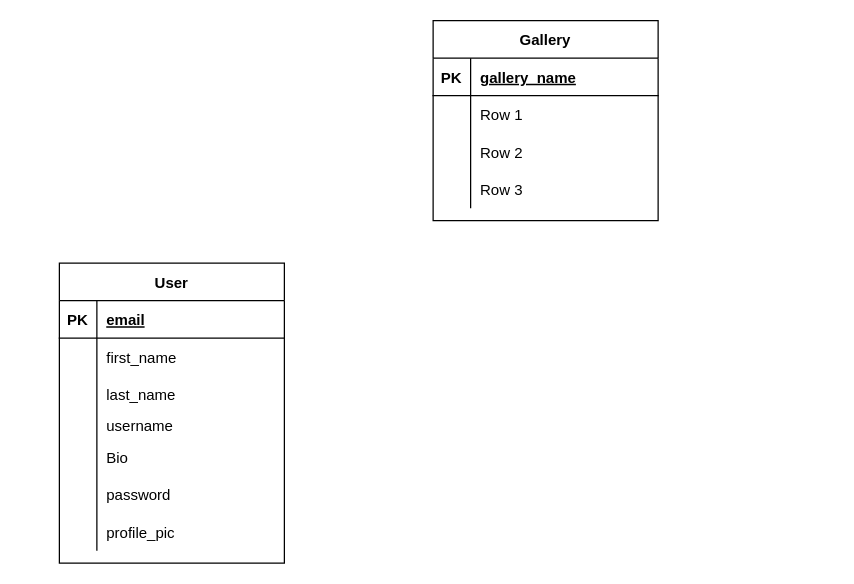
Earlier version of the draw.io diagram page "Page-2" (2 of 2) of Untitled Diagram.drawio (VinCoD/ERDs). Source tidied: cells renumbered, new cells numbered last; positions are measured from the earlier drawing's top-left corner, leaving out a move shared by most shapes. Both pictures are drawn from the tidied source at 125%, with x=0, y=0 at pixel (59, 20).
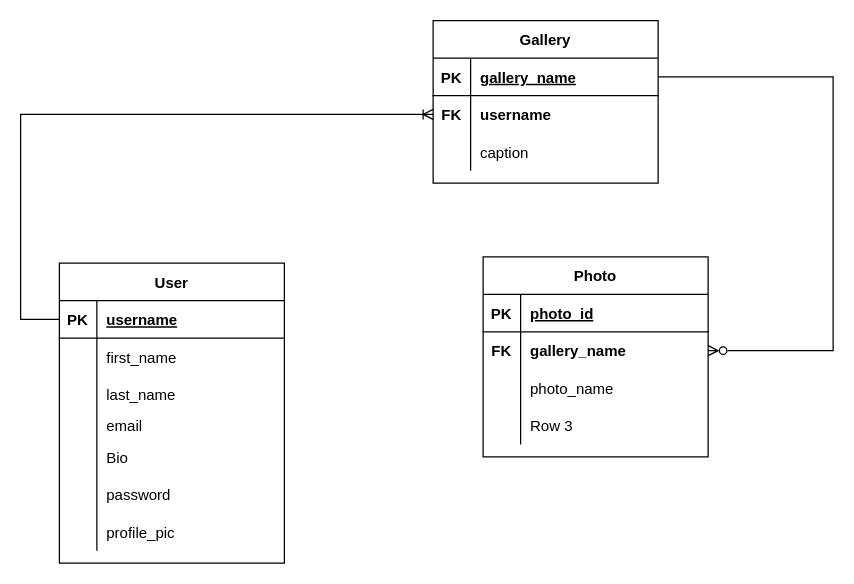
The same diagram, later.

Commit message:
Added a third table

Unchanged cells that the change refers to:
```xml
<mxCell id="3" style="shape=tableRow;horizontal=0;startSize=0;swimlaneHead=0;swimlaneBody=0;fillColor=none;points=[[0,0.5],[1,0.5]];portConstraint=eastwest;top=0;left=0;right=0;bottom=1;" parent="2" vertex="1">
  <mxGeometry y="30" width="180" height="30" as="geometry" />
</mxCell>
<mxCell id="6" style="shape=tableRow;horizontal=0;startSize=0;swimlaneHead=0;swimlaneBody=0;fillColor=none;points=[[0,0.5],[1,0.5]];portConstraint=eastwest;top=0;left=0;right=0;bottom=0;" parent="2" vertex="1">
  <mxGeometry y="60" width="180" height="30" as="geometry" />
</mxCell>
<mxCell id="16" style="shape=tableRow;horizontal=0;startSize=0;swimlaneHead=0;swimlaneBody=0;fillColor=none;points=[[0,0.5],[1,0.5]];portConstraint=eastwest;top=0;left=0;right=0;bottom=1;" parent="15" vertex="1">
  <mxGeometry y="30" width="180" height="30" as="geometry" />
</mxCell>
<mxCell id="25" style="shape=tableRow;horizontal=0;startSize=0;swimlaneHead=0;swimlaneBody=0;fillColor=none;top=0;left=0;right=0;bottom=0;" parent="15" vertex="1">
  <mxGeometry y="120" width="180" height="20" as="geometry" />
</mxCell>
```

What changed in the source:
```diff
@@
     <mxCell id="2" value="Gallery" style="shape=table;startSize=30;childLayout=tableLayout;rowLines=0;fontStyle=1;align=center;" parent="1" vertex="1">
-      <mxGeometry x="299" width="180" height="160" as="geometry" />
+      <mxGeometry x="299" width="180" height="130" as="geometry" />
     </mxCell>
@@
-    <mxCell id="7" style="shape=partialRectangle;fillColor=none;top=0;left=0;bottom=0;right=0;overflow=hidden;" parent="6" vertex="1">
+    <mxCell id="7" value="FK" style="shape=partialRectangle;fillColor=none;top=0;left=0;bottom=0;right=0;overflow=hidden;fontStyle=1;" parent="6" vertex="1">
       <mxGeometry width="30" height="30" as="geometry" />
     </mxCell>
-    <mxCell id="8" value="Row 1" style="shape=partialRectangle;fillColor=none;top=0;left=0;bottom=0;right=0;align=left;spacingLeft=6;overflow=hidden;" parent="6" vertex="1">
+    <mxCell id="8" value="username" style="shape=partialRectangle;fillColor=none;top=0;left=0;bottom=0;right=0;align=left;spacingLeft=6;overflow=hidden;fontStyle=1;" parent="6" vertex="1">
       <mxGeometry x="30" width="150" height="30" as="geometry" />
     </mxCell>
-    <mxCell id="9" style="shape=tableRow;horizontal=0;startSize=0;swimlaneHead=0;swimlaneBody=0;fillColor=none;top=0;left=0;right=0;bottom=0;" parent="2" vertex="1">
-      <mxGeometry y="90" width="180" height="30" as="geometry" />
-    </mxCell>
-    <mxCell id="10" style="shape=partialRectangle;fillColor=none;top=0;left=0;bottom=0;right=0;overflow=hidden;" parent="9" vertex="1">
-      <mxGeometry width="30" height="30" as="geometry" />
-    </mxCell>
-    <mxCell id="11" value="Row 2" style="shape=partialRectangle;fillColor=none;top=0;left=0;bottom=0;right=0;align=left;spacingLeft=6;overflow=hidden;" parent="9" vertex="1">
-      <mxGeometry x="30" width="150" height="30" as="geometry" />
-    </mxCell>
     <mxCell id="12" style="shape=tableRow;horizontal=0;startSize=0;swimlaneHead=0;swimlaneBody=0;fillColor=none;top=0;left=0;right=0;bottom=0;" parent="2" vertex="1">
-      <mxGeometry y="120" width="180" height="30" as="geometry" />
+      <mxGeometry y="90" width="180" height="30" as="geometry" />
     </mxCell>
@@
-    <mxCell id="14" value="Row 3" style="shape=partialRectangle;fillColor=none;top=0;left=0;bottom=0;right=0;align=left;spacingLeft=6;overflow=hidden;" parent="12" vertex="1">
+    <mxCell id="14" value="caption" style="shape=partialRectangle;fillColor=none;top=0;left=0;bottom=0;right=0;align=left;spacingLeft=6;overflow=hidden;" parent="12" vertex="1">
       <mxGeometry x="30" width="150" height="30" as="geometry" />
     </mxCell>
@@
-    <mxCell id="18" value="email" style="shape=partialRectangle;fillColor=none;top=0;left=0;bottom=0;right=0;align=left;spacingLeft=6;fontStyle=5;overflow=hidden;" parent="16" vertex="1">
+    <mxCell id="18" value="username" style="shape=partialRectangle;fillColor=none;top=0;left=0;bottom=0;right=0;align=left;spacingLeft=6;fontStyle=5;overflow=hidden;" parent="16" vertex="1">
       <mxGeometry x="30" width="150" height="30" as="geometry" />
     </mxCell>
@@
-    <mxCell id="27" value="username" style="shape=partialRectangle;fillColor=none;top=0;left=0;bottom=0;right=0;align=left;spacingLeft=6;overflow=hidden;" parent="25" vertex="1">
+    <mxCell id="27" value="email" style="shape=partialRectangle;fillColor=none;top=0;left=0;bottom=0;right=0;align=left;spacingLeft=6;overflow=hidden;" parent="25" vertex="1">
       <mxGeometry x="30" width="150" height="20" as="geometry" />
     </mxCell>
@@
+    <mxCell id="37" style="edgeStyle=elbowEdgeStyle;fontSize=12;html=1;endArrow=ERoneToMany;rounded=0;entryX=0;entryY=0.5;entryDx=0;entryDy=0;elbow=vertical;exitX=0;exitY=0.5;exitDx=0;exitDy=0;" parent="1" edge="1" source="16" target="6">
+      <mxGeometry relative="1" as="geometry">
+        <Array as="points">
+          <mxPoint x="-31" y="170" />
+          <mxPoint x="-41" y="160" />
+        </Array>
+      </mxGeometry>
+    </mxCell>
+    <mxCell id="38" value="Photo" style="shape=table;startSize=30;childLayout=tableLayout;rowLines=0;fontStyle=1;align=center;" parent="1" vertex="1">
+      <mxGeometry x="339" y="189" width="180" height="160" as="geometry" />
+    </mxCell>
+    <mxCell id="39" style="shape=tableRow;horizontal=0;startSize=0;swimlaneHead=0;swimlaneBody=0;fillColor=none;top=0;left=0;right=0;bottom=1;" parent="38" vertex="1">
+      <mxGeometry y="30" width="180" height="30" as="geometry" />
+    </mxCell>
+    <mxCell id="40" value="PK" style="shape=partialRectangle;fillColor=none;top=0;left=0;bottom=0;right=0;fontStyle=1;overflow=hidden;" parent="39" vertex="1">
+      <mxGeometry width="30" height="30" as="geometry" />
+    </mxCell>
+    <mxCell id="41" value="photo_id" style="shape=partialRectangle;fillColor=none;top=0;left=0;bottom=0;right=0;align=left;spacingLeft=6;fontStyle=5;overflow=hidden;" parent="39" vertex="1">
+      <mxGeometry x="30" width="150" height="30" as="geometry" />
+    </mxCell>
+    <mxCell id="42" style="shape=tableRow;horizontal=0;startSize=0;swimlaneHead=0;swimlaneBody=0;fillColor=none;points=[[0,0.5],[1,0.5]];portConstraint=eastwest;top=0;left=0;right=0;bottom=0;" parent="38" vertex="1">
+      <mxGeometry y="60" width="180" height="30" as="geometry" />
+    </mxCell>
+    <mxCell id="43" value="FK" style="shape=partialRectangle;fillColor=none;top=0;left=0;bottom=0;right=0;overflow=hidden;fontStyle=1;" parent="42" vertex="1">
+      <mxGeometry width="30" height="30" as="geometry" />
+    </mxCell>
+    <mxCell id="44" value="gallery_name" style="shape=partialRectangle;fillColor=none;top=0;left=0;bottom=0;right=0;align=left;spacingLeft=6;overflow=hidden;fontStyle=1;" parent="42" vertex="1">
+      <mxGeometry x="30" width="150" height="30" as="geometry" />
+    </mxCell>
+    <mxCell id="9" style="shape=tableRow;horizontal=0;startSize=0;swimlaneHead=0;swimlaneBody=0;fillColor=none;top=0;left=0;right=0;bottom=0;" parent="38" vertex="1">
+      <mxGeometry y="90" width="180" height="30" as="geometry" />
+    </mxCell>
+    <mxCell id="45" style="shape=partialRectangle;fillColor=none;top=0;left=0;bottom=0;right=0;overflow=hidden;" parent="9" vertex="1">
+      <mxGeometry width="30" height="30" as="geometry" />
+    </mxCell>
+    <mxCell id="46" value="photo_name" style="shape=partialRectangle;fillColor=none;top=0;left=0;bottom=0;right=0;align=left;spacingLeft=6;overflow=hidden;" parent="9" vertex="1">
+      <mxGeometry x="30" width="150" height="30" as="geometry" />
+    </mxCell>
+    <mxCell id="47" style="shape=tableRow;horizontal=0;startSize=0;swimlaneHead=0;swimlaneBody=0;fillColor=none;top=0;left=0;right=0;bottom=0;" parent="38" vertex="1">
+      <mxGeometry y="120" width="180" height="30" as="geometry" />
+    </mxCell>
+    <mxCell id="48" style="shape=partialRectangle;fillColor=none;top=0;left=0;bottom=0;right=0;overflow=hidden;" parent="47" vertex="1">
+      <mxGeometry width="30" height="30" as="geometry" />
+    </mxCell>
+    <mxCell id="49" value="Row 3" style="shape=partialRectangle;fillColor=none;top=0;left=0;bottom=0;right=0;align=left;spacingLeft=6;overflow=hidden;" parent="47" vertex="1">
+      <mxGeometry x="30" width="150" height="30" as="geometry" />
+    </mxCell>
+    <mxCell id="50" style="edgeStyle=orthogonalEdgeStyle;fontSize=12;html=1;endArrow=ERzeroToMany;rounded=0;elbow=vertical;entryX=1;entryY=0.5;entryDx=0;entryDy=0;endFill=0;" parent="1" edge="1" source="3" target="42">
+      <mxGeometry relative="1" as="geometry">
+        <Array as="points">
+          <mxPoint x="619" y="45" />
+          <mxPoint x="619" y="264" />
+        </Array>
+      </mxGeometry>
+    </mxCell>
```
